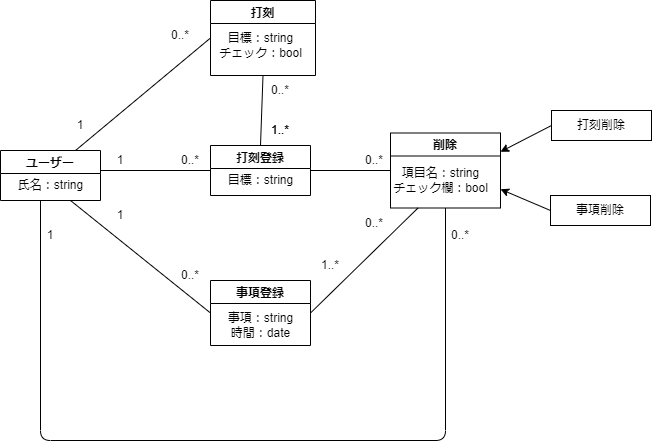
The draw.io diagram Class-2.drawio.png in Hu-Hanxu/First-App-Self-Management-, before a commit. Source tidied: cells renumbered, new cells last; positions are measured from the earlier drawing's top-left corner, leaving out a move shared by most shapes.
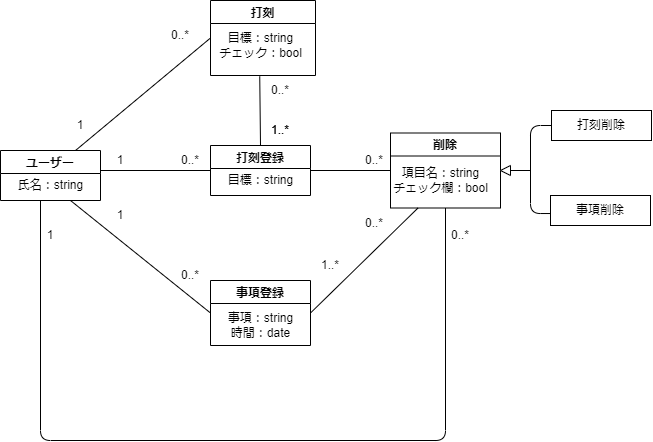
The same file after the commit.

Diff of the diagram source:
```diff
@@ -34,15 +34,9 @@
     <mxCell id="11" style="endArrow=none;html=1;entryX=0;entryY=0.5;entryDx=0;entryDy=0;exitX=1;exitY=0.5;exitDx=0;exitDy=0;" parent="1" edge="1" source="2" target="9">
       <mxGeometry relative="1" as="geometry" />
     </mxCell>
-    <mxCell id="12" style="edgeStyle=none;html=1;exitX=0;exitY=0.5;exitDx=0;exitDy=0;entryX=1;entryY=0.25;entryDx=0;entryDy=0;" parent="1" edge="1" source="13" target="9">
-      <mxGeometry relative="1" as="geometry" />
-    </mxCell>
     <mxCell id="13" value="打刻削除" style="rounded=0;whiteSpace=wrap;html=1;" parent="1" vertex="1">
       <mxGeometry x="551" y="110" width="100" height="30" as="geometry" />
     </mxCell>
-    <mxCell id="14" style="edgeStyle=none;html=1;exitX=0;exitY=0.5;exitDx=0;exitDy=0;entryX=1;entryY=0.75;entryDx=0;entryDy=0;" parent="1" edge="1" source="15" target="9">
-      <mxGeometry relative="1" as="geometry" />
-    </mxCell>
     <mxCell id="15" value="事項削除" style="rounded=0;whiteSpace=wrap;html=1;" parent="1" vertex="1">
       <mxGeometry x="550" y="195" width="100" height="30" as="geometry" />
     </mxCell>
@@ -63,7 +57,7 @@
     <mxCell id="18" style="endArrow=none;html=1;exitX=1;exitY=0.5;exitDx=0;exitDy=0;entryX=0.25;entryY=1;entryDx=0;entryDy=0;" parent="1" edge="1" source="4" target="9">
       <mxGeometry relative="1" as="geometry" />
     </mxCell>
-    <mxCell id="19" style="endArrow=none;html=1;entryX=0.5;entryY=1;entryDx=0;entryDy=0;exitX=0.5;exitY=0;exitDx=0;exitDy=0;" parent="1" edge="1" source="2" target="6">
+    <mxCell id="19" style="endArrow=none;html=1;exitX=0.5;exitY=0;exitDx=0;exitDy=0;entryX=0.154;entryY=0.024;entryDx=0;entryDy=0;entryPerimeter=0;" parent="1" edge="1" source="2" target="28">
       <mxGeometry relative="1" as="geometry" />
     </mxCell>
     <mxCell id="20" value="1" style="text;html=1;strokeColor=none;fillColor=none;align=center;verticalAlign=middle;whiteSpace=wrap;rounded=0;" parent="1" vertex="1">
@@ -117,5 +111,21 @@
     <mxCell id="36" value="0..*" style="text;html=1;strokeColor=none;fillColor=none;align=center;verticalAlign=middle;whiteSpace=wrap;rounded=0;" parent="1" vertex="1">
       <mxGeometry x="150" y="20" width="60" height="30" as="geometry" />
     </mxCell>
+    <mxCell id="37" style="triangle;whiteSpace=wrap;html=1;direction=west;" parent="1" vertex="1">
+      <mxGeometry x="500" y="165" width="10" height="10" as="geometry" />
+    </mxCell>
+    <mxCell id="38" style="endArrow=none;html=1;entryX=0;entryY=0.5;entryDx=0;entryDy=0;exitX=-0.005;exitY=0.601;exitDx=0;exitDy=0;exitPerimeter=0;" parent="1" edge="1" source="15" target="13">
+      <mxGeometry relative="1" as="geometry">
+        <Array as="points">
+          <mxPoint x="530" y="213" />
+          <mxPoint x="530" y="125" />
+        </Array>
+      </mxGeometry>
+    </mxCell>
+    <mxCell id="39" style="endArrow=none;html=1;entryX=0;entryY=0.5;entryDx=0;entryDy=0;" parent="1" edge="1" target="37">
+      <mxGeometry relative="1" as="geometry">
+        <mxPoint x="530" y="170" as="sourcePoint" />
+      </mxGeometry>
+    </mxCell>
   </root>
 </mxGraphModel>
```
